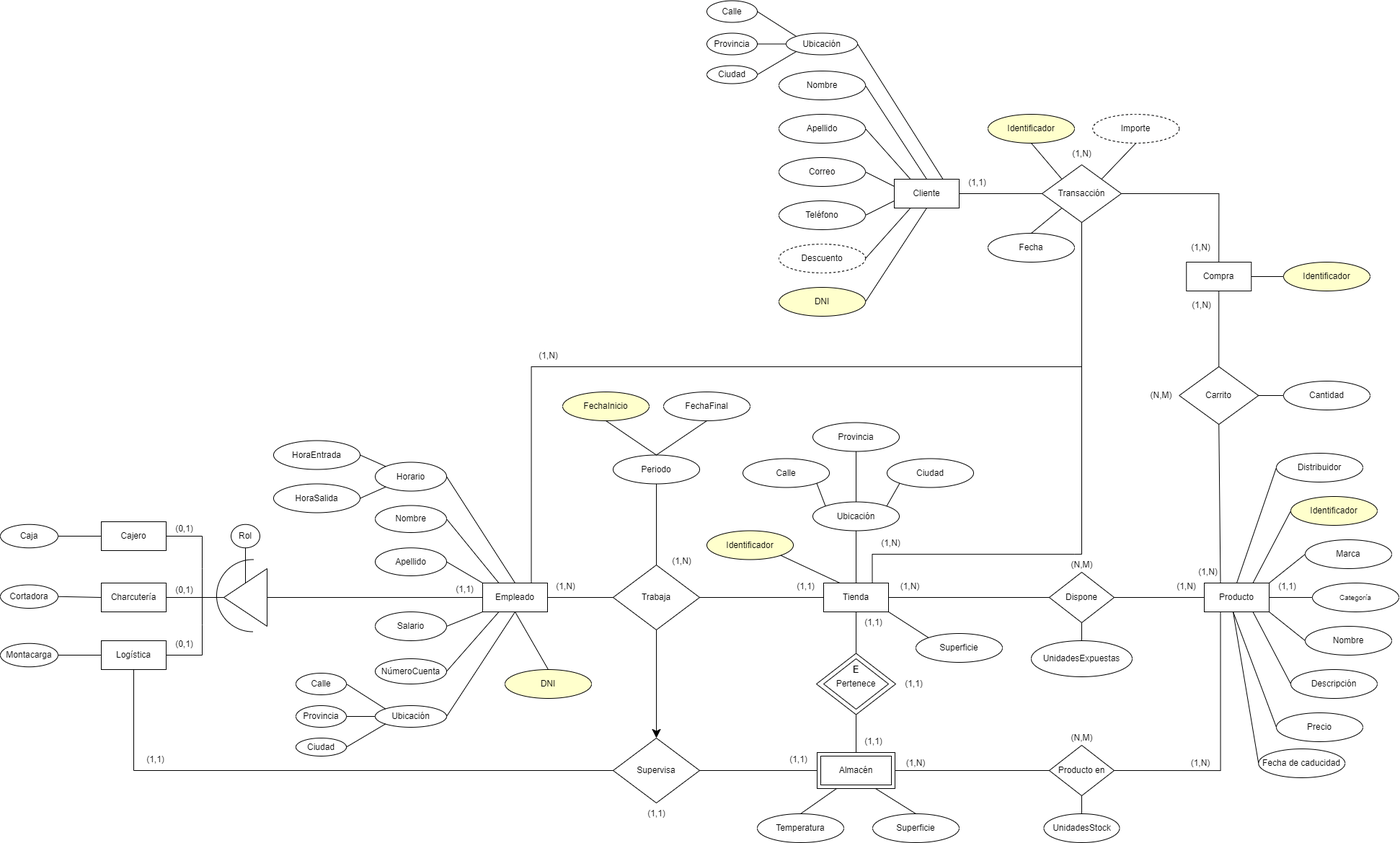
This is img/DiagramaER.png from alu0101335148/ProyectoADBD, a draw.io export, as it was before one commit. Source tidied: cells renumbered, new cells last; positions are measured from the earlier drawing's top-left corner, leaving out a move shared by most shapes.
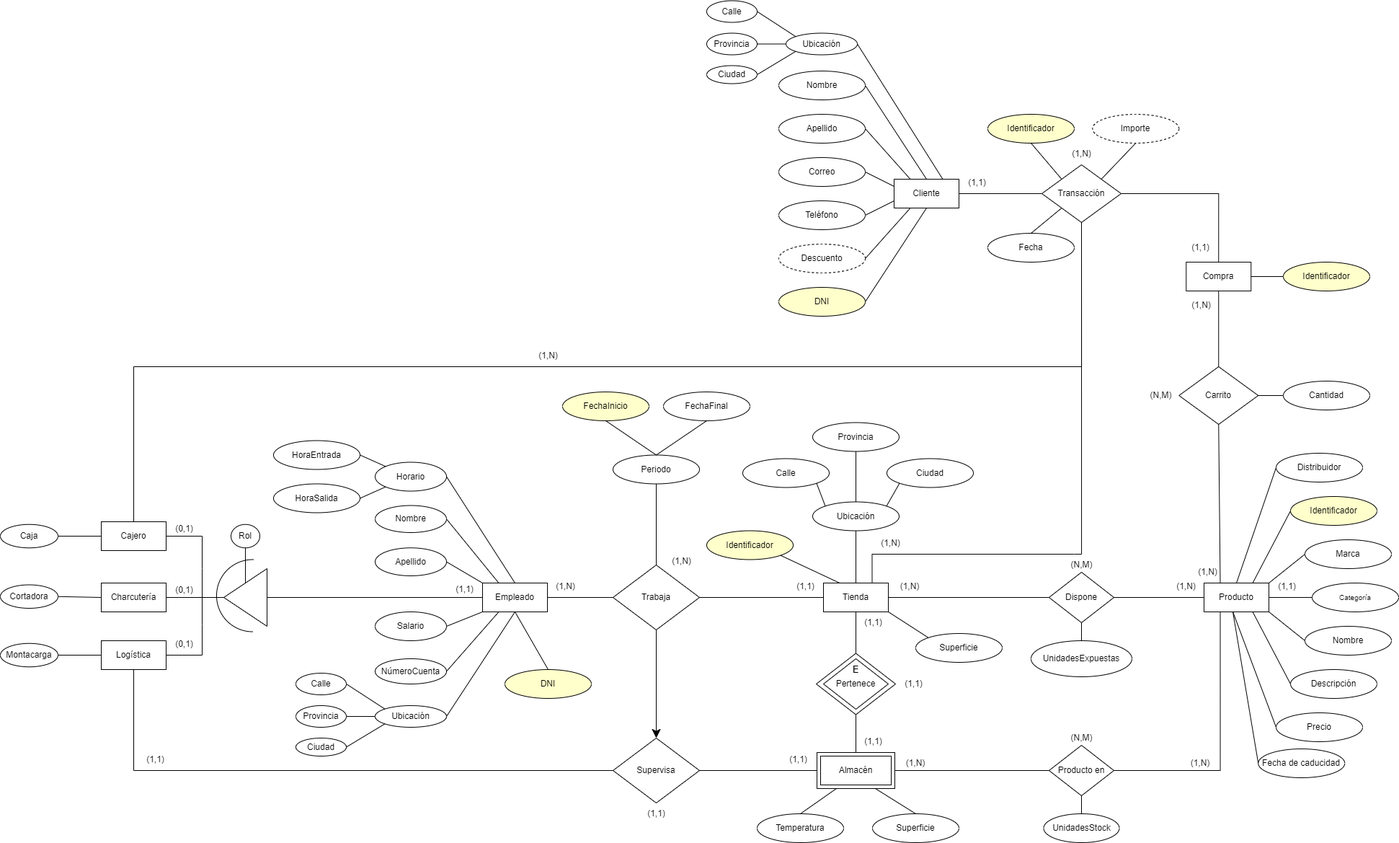
The same file after the commit.

Diff of the diagram source:
```diff
@@ -496,7 +496,7 @@
     <mxCell id="153" value="(N,M)" style="text;html=1;align=center;verticalAlign=middle;strokeColor=none;fillColor=none;" parent="1" vertex="1">
       <mxGeometry x="1585.2" y="533" width="50" height="30" as="geometry" />
     </mxCell>
-    <mxCell id="154" value="(1,N)" style="text;html=1;align=center;verticalAlign=middle;strokeColor=none;fillColor=none;" parent="1" vertex="1">
+    <mxCell id="154" value="(1,1)" style="text;html=1;align=center;verticalAlign=middle;strokeColor=none;fillColor=none;" parent="1" vertex="1">
       <mxGeometry x="1640" y="328" width="50" height="30" as="geometry" />
     </mxCell>
     <mxCell id="155" value="(1,1)" style="text;html=1;align=center;verticalAlign=middle;strokeColor=none;fillColor=none;" parent="1" vertex="1">
@@ -550,11 +550,11 @@
     <mxCell id="171" style="endArrow=none;html=1;rounded=0;startSize=14;endSize=14;sourcePerimeterSpacing=8;targetPerimeterSpacing=8;curved=1;exitX=0;exitY=1;exitDx=0;exitDy=0;entryX=0.5;entryY=0;entryDx=0;entryDy=0;" parent="1" edge="1" source="119" target="170">
       <mxGeometry relative="1" as="geometry" />
     </mxCell>
-    <mxCell id="172" style="endArrow=none;html=1;rounded=0;startSize=14;endSize=14;sourcePerimeterSpacing=8;targetPerimeterSpacing=8;exitX=0.5;exitY=1;exitDx=0;exitDy=0;entryX=0.75;entryY=0;entryDx=0;entryDy=0;strokeColor=default;edgeStyle=orthogonalEdgeStyle;" parent="1" edge="1" source="119" target="39">
+    <mxCell id="172" style="endArrow=none;html=1;rounded=0;startSize=14;endSize=14;sourcePerimeterSpacing=8;targetPerimeterSpacing=8;exitX=0.5;exitY=1;exitDx=0;exitDy=0;entryX=0.5;entryY=0;entryDx=0;entryDy=0;strokeColor=default;edgeStyle=orthogonalEdgeStyle;" parent="1" edge="1" source="119" target="107">
       <mxGeometry relative="1" as="geometry">
         <Array as="points">
           <mxPoint x="1500" y="508" />
-          <mxPoint x="737" y="508" />
+          <mxPoint x="185" y="508" />
         </Array>
       </mxGeometry>
     </mxCell>
```
